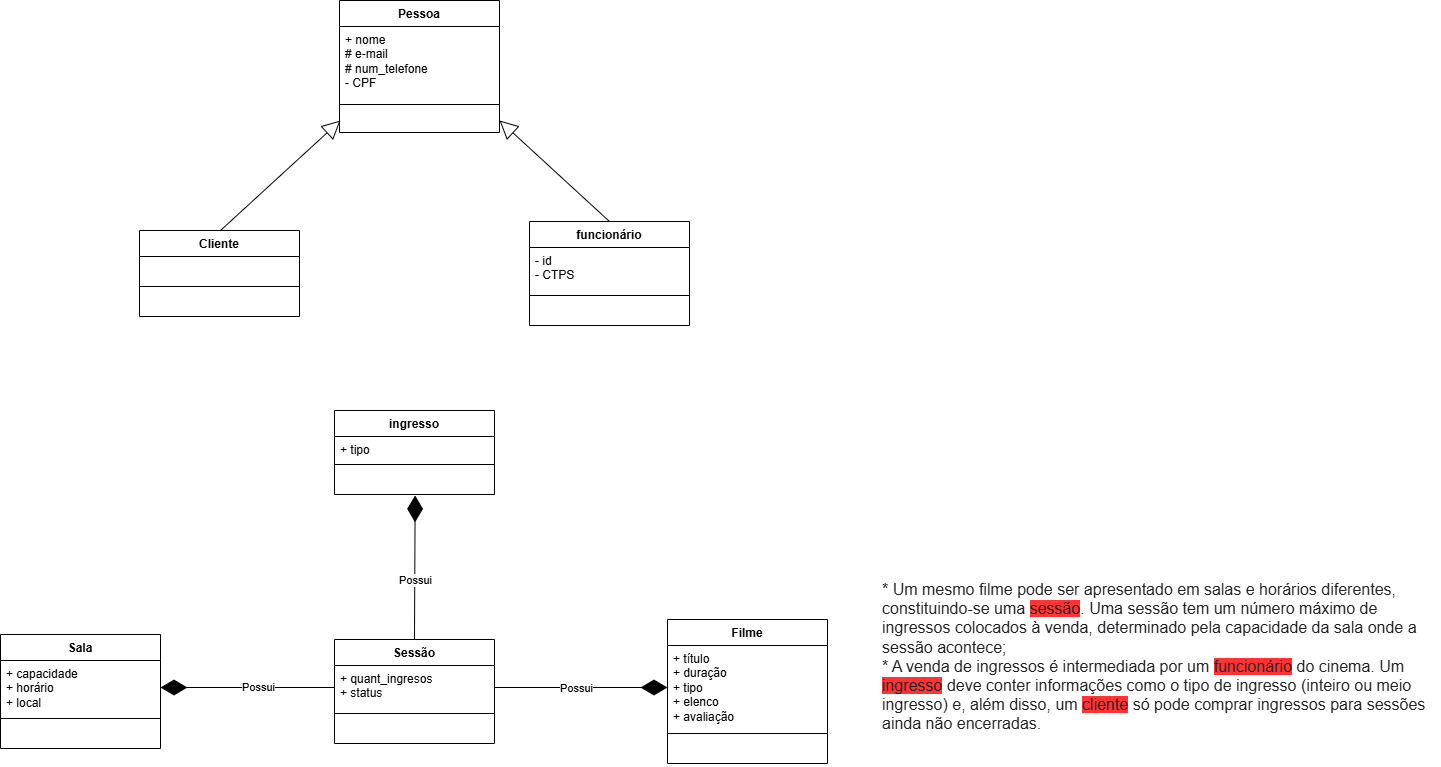
This is APOO/cinema_diagrama_classe.png from joao-marcos-azvd/Estudos-de-programacao, a draw.io export, as it was before one commit. Source tidied: cells renumbered, new cells last; positions are measured from the earlier drawing's top-left corner, leaving out a move shared by most shapes.
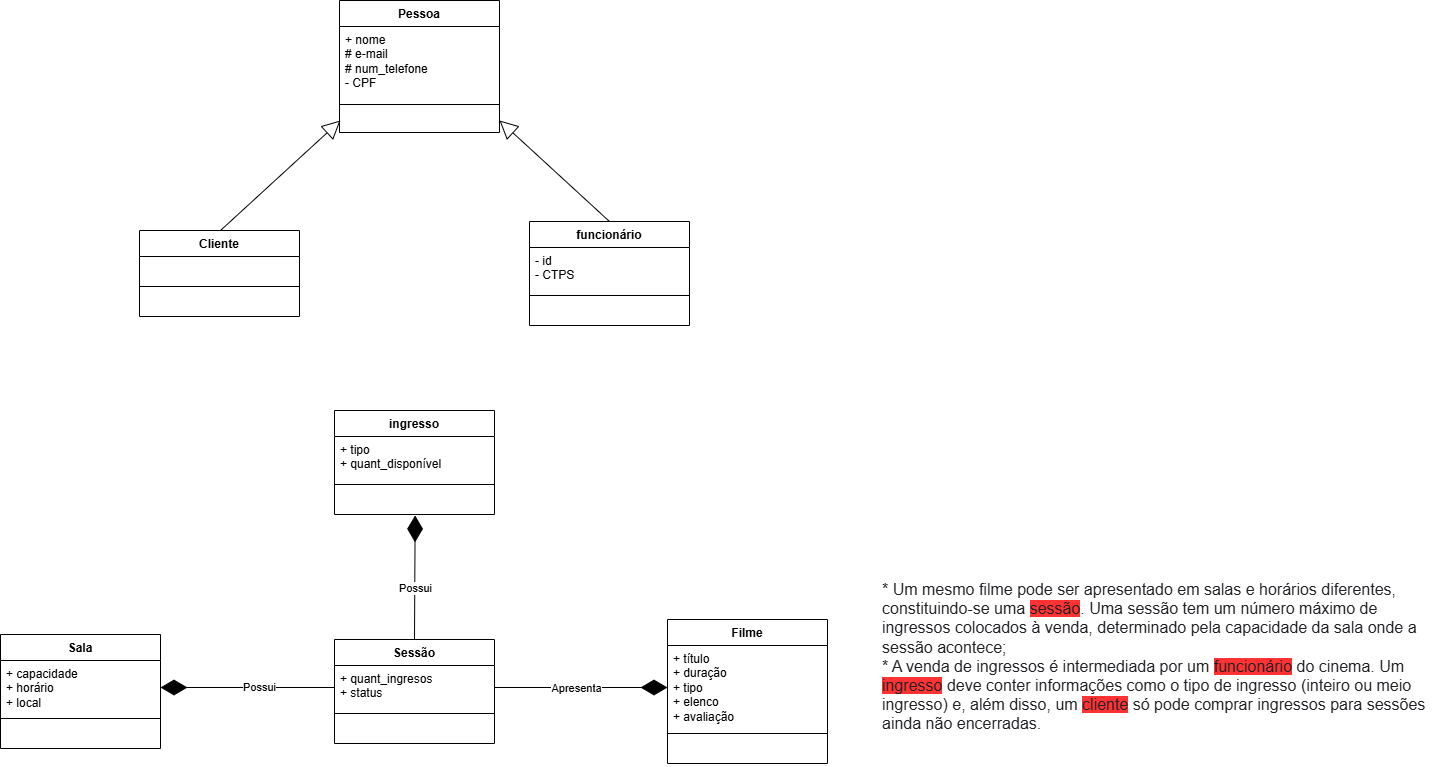
After the change.

What changed in the source:
```diff
@@ -18,16 +18,16 @@
       <mxGeometry y="88" width="160" height="26" as="geometry" />
     </mxCell>
     <mxCell id="7" value="ingresso" style="swimlane;fontStyle=1;align=center;verticalAlign=top;horizontal=1;startSize=26;whiteSpace=wrap;html=1;" parent="1" vertex="1">
-      <mxGeometry x="334" y="410" width="160" height="84" as="geometry" />
+      <mxGeometry x="334" y="410" width="160" height="104" as="geometry" />
     </mxCell>
-    <mxCell id="8" value="+ tipo&lt;div&gt;&lt;br&gt;&lt;/div&gt;" style="text;strokeColor=none;fillColor=none;align=left;verticalAlign=top;spacingLeft=4;spacingRight=4;overflow=hidden;whiteSpace=wrap;html=1;" parent="7" vertex="1">
-      <mxGeometry y="26" width="160" height="24" as="geometry" />
+    <mxCell id="8" value="+ tipo&lt;div&gt;+ quant_disponível&lt;/div&gt;" style="text;strokeColor=none;fillColor=none;align=left;verticalAlign=top;spacingLeft=4;spacingRight=4;overflow=hidden;whiteSpace=wrap;html=1;" parent="7" vertex="1">
+      <mxGeometry y="26" width="160" height="44" as="geometry" />
     </mxCell>
     <mxCell id="9" style="line;strokeWidth=1;fillColor=none;align=left;verticalAlign=middle;spacingTop=-1;spacingLeft=3;spacingRight=3;labelPosition=right;strokeColor=inherit;" parent="7" vertex="1">
-      <mxGeometry y="50" width="160" height="8" as="geometry" />
+      <mxGeometry y="70" width="160" height="8" as="geometry" />
     </mxCell>
     <mxCell id="10" value="&amp;nbsp;" style="text;strokeColor=none;fillColor=none;align=left;verticalAlign=top;spacingLeft=4;spacingRight=4;overflow=hidden;points=[[0,0.5],[1,0.5]];portConstraint=eastwest;whiteSpace=wrap;html=1;" parent="7" vertex="1">
-      <mxGeometry y="58" width="160" height="26" as="geometry" />
+      <mxGeometry y="78" width="160" height="26" as="geometry" />
     </mxCell>
     <mxCell id="11" value="funcionário" style="swimlane;fontStyle=1;align=center;verticalAlign=top;horizontal=1;startSize=26;whiteSpace=wrap;html=1;" parent="1" vertex="1">
       <mxGeometry x="529" y="221" width="160" height="104" as="geometry" />
@@ -107,7 +107,7 @@
     <mxCell id="35" style="endArrow=diamondThin;endFill=1;endSize=24;html=1;rounded=0;entryX=0;entryY=0.5;entryDx=0;entryDy=0;exitX=1;exitY=0.5;exitDx=0;exitDy=0;" parent="1" edge="1" source="28" target="16">
       <mxGeometry relative="1" as="geometry" />
     </mxCell>
-    <mxCell id="36" value="Possui" style="edgeLabel;html=1;align=center;verticalAlign=middle;" parent="35" vertex="1">
+    <mxCell id="36" value="Apresenta" style="edgeLabel;html=1;align=center;verticalAlign=middle;" parent="35" vertex="1">
       <mxGeometry x="-0.05" y="-3" relative="1" as="geometry">
         <mxPoint x="-1" y="-3" as="offset" />
       </mxGeometry>
```
